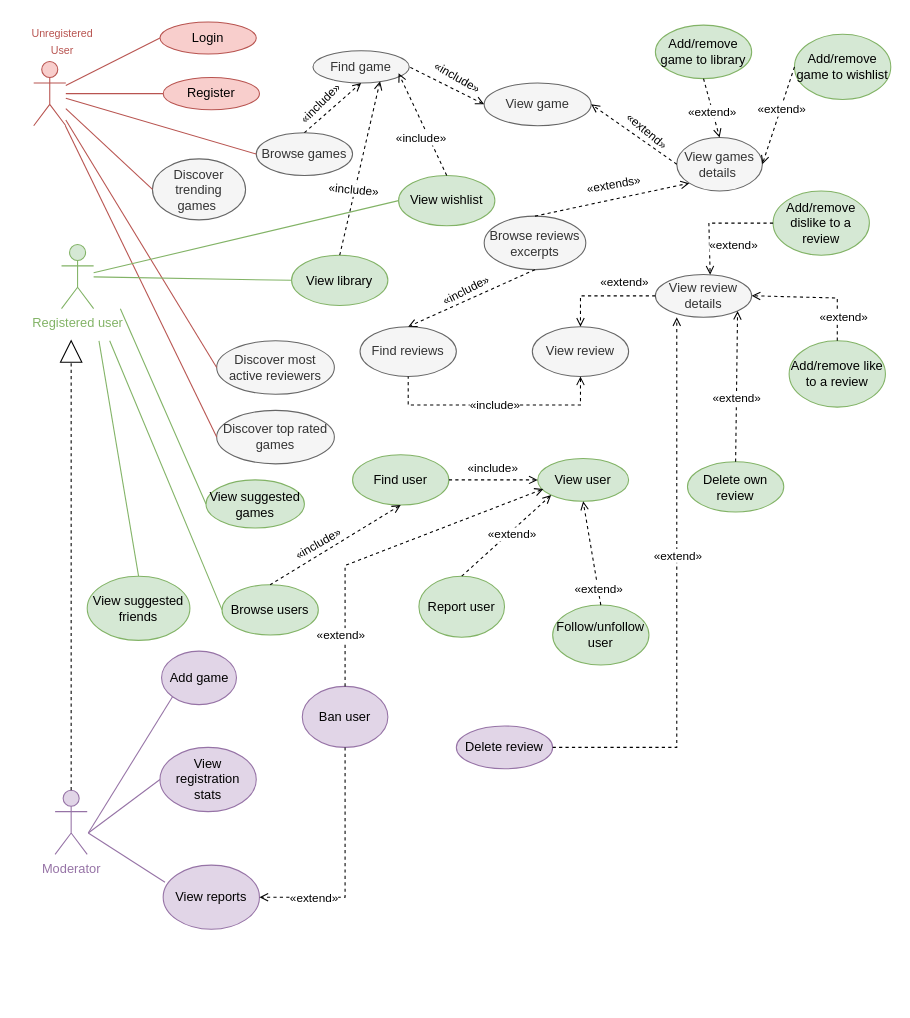
This is Diagrams/UML use case diagram (complete).drawio from lorenzoceccanti/pixelindex, a draw.io file, before an edit. Source tidied: cells renumbered, new cells numbered last; positions are measured from the earlier drawing's top-left corner, leaving out a move shared by most shapes. Both pictures are drawn from the tidied source at 107%, with x=0, y=0 at pixel (30, 21).
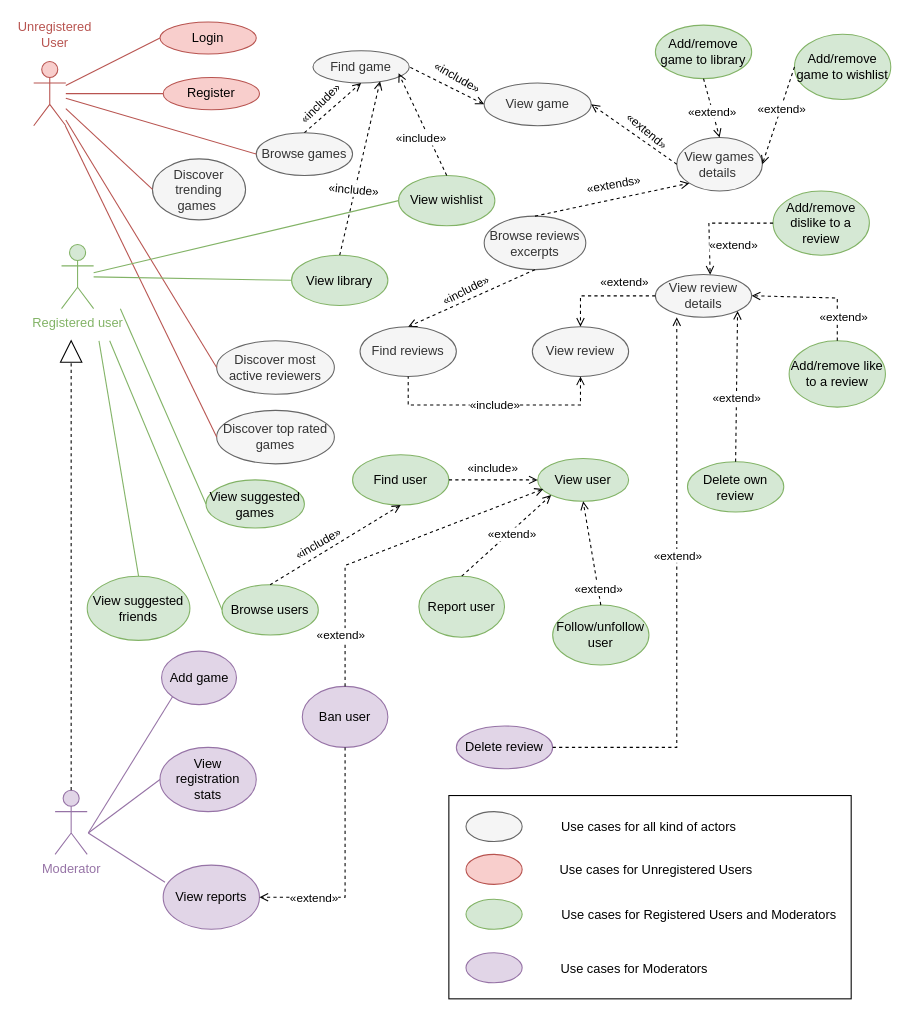
The same page after the edit.

Commit message:
Inserted legend UML use case diagram

Change to the diagram source:
```diff
@@
-    <mxCell id="30" value="&lt;font style=&quot;font-size: 10px;&quot; color=&quot;#b85450&quot;&gt;Unregistered&lt;br&gt;User&lt;/font&gt;" style="text;html=1;align=center;verticalAlign=middle;whiteSpace=wrap;rounded=0;" parent="1" vertex="1">
-      <mxGeometry y="3" width="60" height="30" as="geometry" />
+    <mxCell id="30" value="&lt;font style=&quot;font-size: 12px;&quot; color=&quot;#b85450&quot;&gt;Unregistered&lt;br&gt;User&lt;/font&gt;" style="text;html=1;align=center;verticalAlign=middle;whiteSpace=wrap;rounded=0;" parent="1" vertex="1">
+      <mxGeometry x="-7" y="-3" width="60" height="30" as="geometry" />
     </mxCell>
@@
+    <mxCell id="96" style="rounded=0;whiteSpace=wrap;html=1;fillColor=none;" parent="1" vertex="1">
+      <mxGeometry x="391" y="723" width="376" height="190" as="geometry" />
+    </mxCell>
+    <mxCell id="97" style="ellipse;whiteSpace=wrap;html=1;fillColor=#f5f5f5;fontColor=#333333;strokeColor=#666666;" parent="1" vertex="1">
+      <mxGeometry x="407" y="738" width="52.5" height="28" as="geometry" />
+    </mxCell>
+    <mxCell id="98" value="Use cases for all kind of actors" style="text;html=1;align=center;verticalAlign=middle;whiteSpace=wrap;rounded=0;" parent="1" vertex="1">
+      <mxGeometry x="469" y="738" width="218" height="30" as="geometry" />
+    </mxCell>
+    <mxCell id="99" style="ellipse;whiteSpace=wrap;html=1;fillColor=#d5e8d4;strokeColor=#82b366;" parent="1" vertex="1">
+      <mxGeometry x="407" y="820" width="52.5" height="28" as="geometry" />
+    </mxCell>
+    <mxCell id="100" value="Use cases for Registered Users and Moderators" style="text;html=1;align=center;verticalAlign=middle;whiteSpace=wrap;rounded=0;" parent="1" vertex="1">
+      <mxGeometry x="491" y="820" width="267.5" height="30" as="geometry" />
+    </mxCell>
+    <mxCell id="101" style="ellipse;whiteSpace=wrap;html=1;fillColor=#e1d5e7;strokeColor=#9673a6;" parent="1" vertex="1">
+      <mxGeometry x="407" y="870" width="52.5" height="28" as="geometry" />
+    </mxCell>
+    <mxCell id="102" value="Use cases for Moderators" style="text;html=1;align=center;verticalAlign=middle;whiteSpace=wrap;rounded=0;" parent="1" vertex="1">
+      <mxGeometry x="484" y="870" width="160.5" height="30" as="geometry" />
+    </mxCell>
+    <mxCell id="103" style="ellipse;whiteSpace=wrap;html=1;fillColor=#f8cecc;strokeColor=#b85450;" parent="1" vertex="1">
+      <mxGeometry x="407" y="778" width="52.5" height="28" as="geometry" />
+    </mxCell>
+    <mxCell id="104" value="Use cases for Unregistered Users" style="text;html=1;align=center;verticalAlign=middle;whiteSpace=wrap;rounded=0;" parent="1" vertex="1">
+      <mxGeometry x="476" y="778" width="218" height="30" as="geometry" />
+    </mxCell>
```
